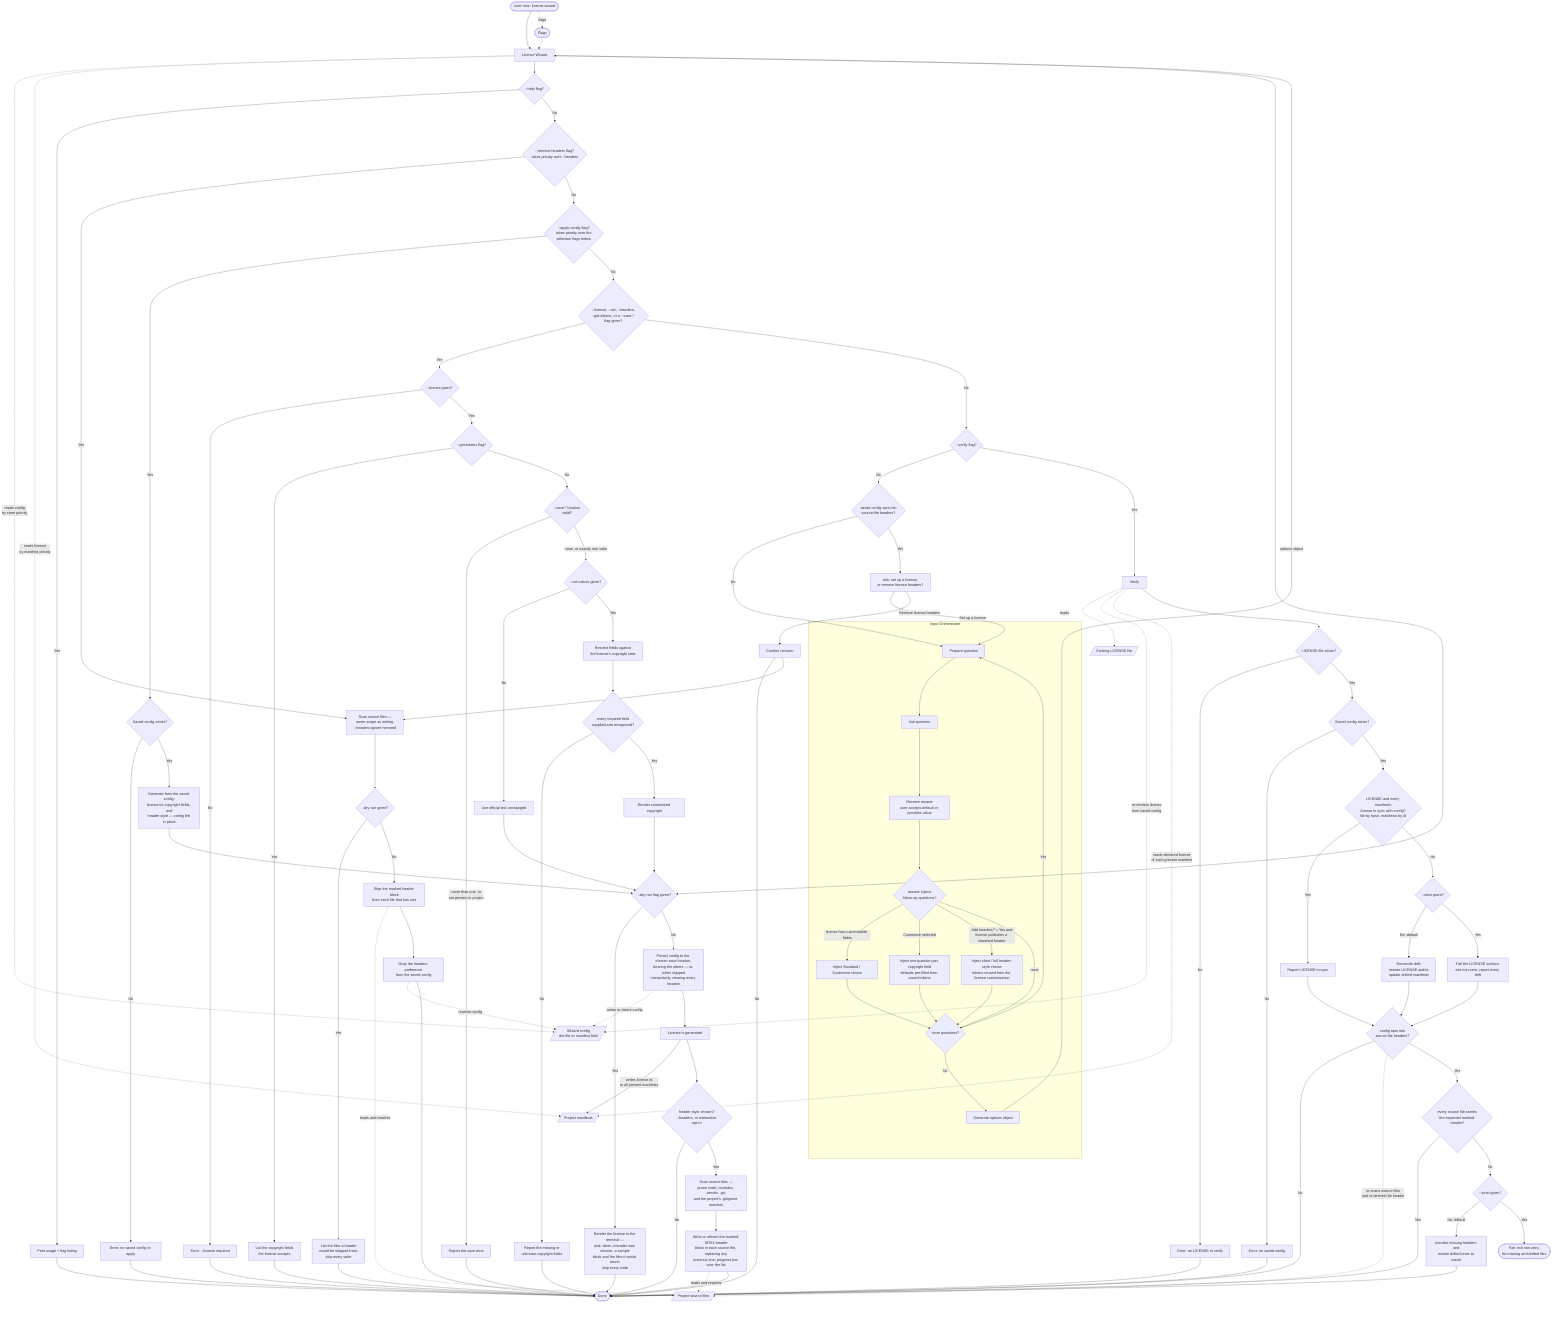
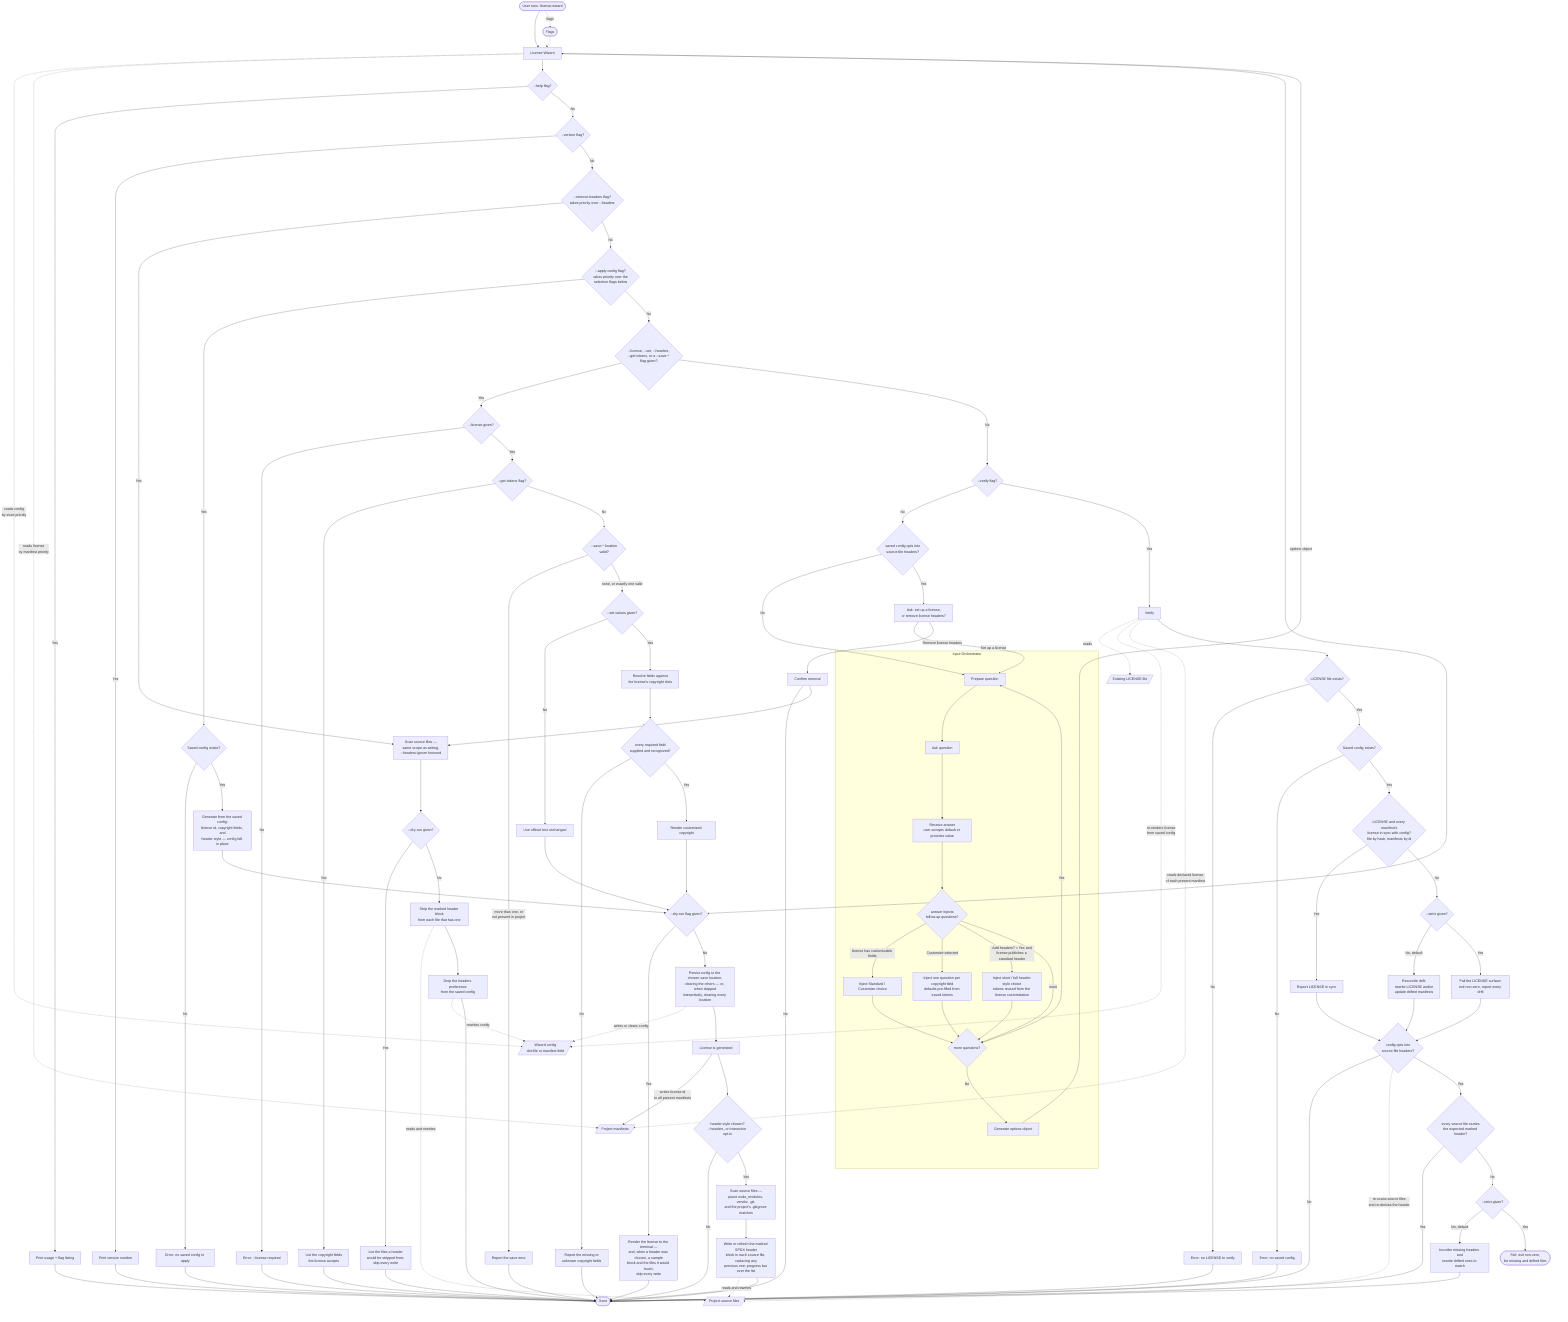
flowchart TD
    A([User runs: license-wizard]) --> LW[License Wizard]
    A -.->|flags| FL([Flags])
    FL -.-> LW
    LW -.->|reads config<br/>by store priority| LC[/Wizard config<br/>dot-file or manifest field/]
    LW -.->|reads license<br/>by manifest priority| PJ[/Project manifests/]

    LW --> HELP{--help flag?}

    %% ─── Help path ───
    HELP -->|Yes| HU[Print usage + flag listing]
    HU --> H

-     HELP -->|No| RH{--remove-headers flag?<br/>takes priority over --headers}
+     HELP -->|No| VER{--version flag?}
+ 
+     %% ─── Version path ───
+     VER -->|Yes| VU[Print version number]
+     VU --> H
+ 
+     VER -->|No| RH{--remove-headers flag?<br/>takes priority over --headers}

    %% ─── Header removal path (standalone) ───
    RH -->|Yes| RHSCAN[Scan source files —<br/>same scope as writing,<br/>--headers-ignore honored]
    RHSCAN --> RHDR{--dry-run given?}
    RHDR -->|Yes| RHPREV[List the files a header<br/>would be stripped from;<br/>skip every write] --> H
    RHDR -->|No| RHSTRIP[Strip the marked header block<br/>from each file that has one]
    RHSTRIP -.->|reads and rewrites| SF
    RHSTRIP --> RHCFG[Drop the headers preference<br/>from the saved config]
    RHCFG -.->|rewrites config| LC
    RHCFG --> H

    RH -->|No| AC{--apply-config flag?<br/>takes priority over the<br/>selection flags below}

    %% ─── Apply-saved-config path (standalone) ───
    AC -->|Yes| ACC{Saved config exists?}
    ACC -->|No| ERRAC[Error: no saved config to apply] --> H
    ACC -->|Yes| ACG[Generate from the saved config:<br/>license id, copyright fields, and<br/>header style — config left in place]
    ACG --> DR

    AC -->|No| NI{--license, --set, --headers,<br/>--get-tokens, or a --save-* flag given?}

    %% ─── Non-interactive CLI path ───
    NI -->|Yes| NIL{--license given?}
    NIL -->|No| ERRL[Error: --license required] --> H
    NIL -->|Yes| GT{--get-tokens flag?}
    GT -->|Yes| LT[List the copyright fields<br/>the license accepts] --> H
    GT -->|No| SV{--save-* location<br/>valid?}
    SV -->|more than one, or<br/>not present in project| ERRS[Report the save error] --> H
    SV -->|none, or exactly one valid| HS{--set values given?}
    HS -->|No| STD[Use official text unchanged]
    HS -->|Yes| RES[Resolve fields against<br/>the license's copyright slots]
    RES --> CHK{every required field<br/>supplied and recognized?}
    CHK -->|No| NEED[Report the missing or<br/>unknown copyright fields] --> H
    CHK -->|Yes| CUST[Render customized copyright]
    STD --> DR
    CUST --> DR

    %% ─── Dry-run gate (shared by both generation paths) ───
    DR{--dry-run flag given?}
    DR -->|Yes| DRP[Render the license to the terminal —<br/>and, when a header was chosen, a sample<br/>block and the files it would touch;<br/>skip every write] --> H
    DR -->|No| PSV
    PSV[Persist config to the chosen save location,<br/>clearing the others — or, when skipped<br/>interactively, clearing every location]
    PSV -.->|writes or clears config| LC
    PSV --> G

    NI -->|No| M{--verify flag?}

    %% ─── Interactive / generation path ───
    %% Adaptive opening: the remove option appears only when the saved config
    %% already opted into headers; otherwise the wizard goes straight to setup.
    M -->|No| MQ{saved config opts into<br/>source-file headers?}
    MQ -->|No| C
    MQ -->|Yes| MODEQ[Ask: set up a license,<br/>or remove license headers?]
    MODEQ -->|Set up a license| C
    MODEQ -->|Remove license headers| RMQ[Confirm removal]
    RMQ -->|No| H
    RMQ -->|Yes| RHSCAN

    subgraph IO [Input Orchestrator]
        C[Prepare question]
        C --> D[Ask question]
        D --> E[Receive answer<br/>user accepts default or provides value]
        E --> INJ{answer injects<br/>follow-up questions?}
        INJ -->|license has customizable fields| MODE[Inject Standard / Customize choice]
        INJ -->|Customize selected| FIELDS[Inject one question per copyright field<br/>defaults pre-filled from saved tokens]
        INJ -->|Add headers? = Yes and<br/>license publishes a standard header| HSTYLE[Inject short / full header-style choice<br/>tokens reused from the license customization]
        INJ -->|none| F
        MODE --> F
        FIELDS --> F
        HSTYLE --> F
        F{more questions?}
        F -->|Yes| C
        F -->|No| OG[Generate options object]
    end

    OG -->|options object| LW
    LW --> DR
    G[License is generated]
    G -->|writes license id<br/>to all present manifests| PJ
    G --> GH{header style chosen?<br/>--headers, or interactive opt-in}
    GH -->|No| H([Done])
    GH -->|Yes| HSCAN[Scan source files —<br/>prune node_modules, vendor, .git,<br/>and the project's .gitignore matches]
    HSCAN --> HWRITE[Write or refresh the marked SPDX header<br/>block in each source file, replacing any<br/>previous one; progress bar over the list]
    HWRITE -.->|reads and rewrites| SF[/Project source files/]
    HWRITE --> H

    %% ─── Verification path (standalone: ignores every other flag) ───
    M -->|Yes| V[Verify]
    V -.->|reads| EL[/Existing LICENSE file/]
    V -.->|re-renders license<br/>from saved config| LC
    V -.->|reads declared license<br/>of each present manifest| PJ
    V --> HASL{LICENSE file exists?}
    HASL -->|No| ERRNL[Error: no LICENSE to verify] --> H
    HASL -->|Yes| HASC{Saved config exists?}
    HASC -->|No| ERRNC[Error: no saved config] --> H
    HASC -->|Yes| R{LICENSE and every manifest's<br/>license in sync with config?<br/>file by hash, manifests by id}
    R -->|Yes| PASS[Report LICENSE in sync]
    R -->|No| AG{--strict given?}
    AG -->|No, default| G2[Reconcile drift:<br/>rewrite LICENSE and/or<br/>update drifted manifests]
    AG -->|Yes| FAIL[Fail the LICENSE surface:<br/>exit non-zero, report every drift]
    PASS --> HV
    G2 --> HV
    FAIL --> HV

    %% ─── Header verification (same run, when config opts into headers) ───
    HV{config opts into<br/>source-file headers?}
    HV -->|No| H
    HV -.->|re-scans source files<br/>and re-derives the header| SF
    HV -->|Yes| HVR{every source file carries<br/>the expected marked header?}
    HVR -->|Yes| H
    HVR -->|No| HVAG{--strict given?}
    HVAG -->|No, default| HVFIX[Inscribe missing headers and<br/>rewrite drifted ones to match] --> H
    HVAG -->|Yes| HVFAIL([Fail: exit non-zero,<br/>list missing and drifted files])
